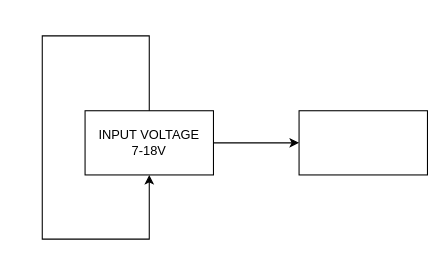
Above: Power_Source.drawio in K2ayzz/ForDrawIO (draw.io), before the change. Source tidied: cells renumbered, new cells numbered last; positions are measured from the earlier drawing's top-left corner, leaving out a move shared by most shapes. Both pictures are drawn from the tidied source at 107%, with x=0, y=0 at pixel (42, 35).
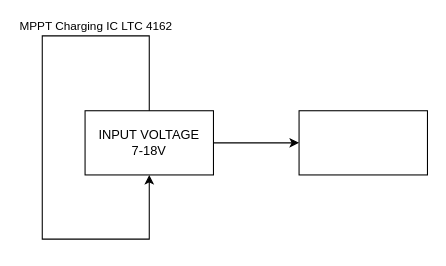
After the change.

Commit message (it also covers changes not shown here):
Cập nhật Power_Source.drawio

Diff of the diagram source:
```diff
@@
 <mxGraphModel>
   <root>
     <mxCell id="0" />
     <mxCell id="1" parent="0" />
     <mxCell id="2" style="edgeStyle=orthogonalEdgeStyle;rounded=0;jettySize=auto;html=1;" parent="1" edge="1" source="4" target="5">
       <mxGeometry relative="1" as="geometry" />
     </mxCell>
     <mxCell id="3" style="edgeStyle=orthogonalEdgeStyle;rounded=0;jettySize=auto;html=1;entryX=0.5;entryY=1;entryDx=0;entryDy=0;" parent="1" edge="1" target="4">
       <mxGeometry relative="1" as="geometry">
         <mxPoint x="100" y="80" as="sourcePoint" />
         <Array as="points">
           <mxPoint x="100" />
           <mxPoint />
           <mxPoint y="190" />
           <mxPoint x="100" y="190" />
         </Array>
       </mxGeometry>
     </mxCell>
+    <mxCell id="6" value="MPPT Charging IC LTC 4162" style="edgeLabel;html=1;align=center;verticalAlign=middle;" parent="3" vertex="1">
+      <mxGeometry x="-0.45" y="-1" relative="1" as="geometry">
+        <mxPoint x="15" y="-9" as="offset" />
+      </mxGeometry>
+    </mxCell>
     <mxCell id="4" value="INPUT VOLTAGE&lt;div&gt;7-18V&lt;/div&gt;" style="rounded=0;whiteSpace=wrap;html=1;" parent="1" vertex="1">
       <mxGeometry x="40" y="70" width="120" height="60" as="geometry" />
     </mxCell>
     <mxCell id="5" style="whiteSpace=wrap;html=1;rounded=0;" parent="1" vertex="1">
       <mxGeometry x="240" y="70" width="120" height="60" as="geometry" />
     </mxCell>
   </root>
 </mxGraphModel>
```
